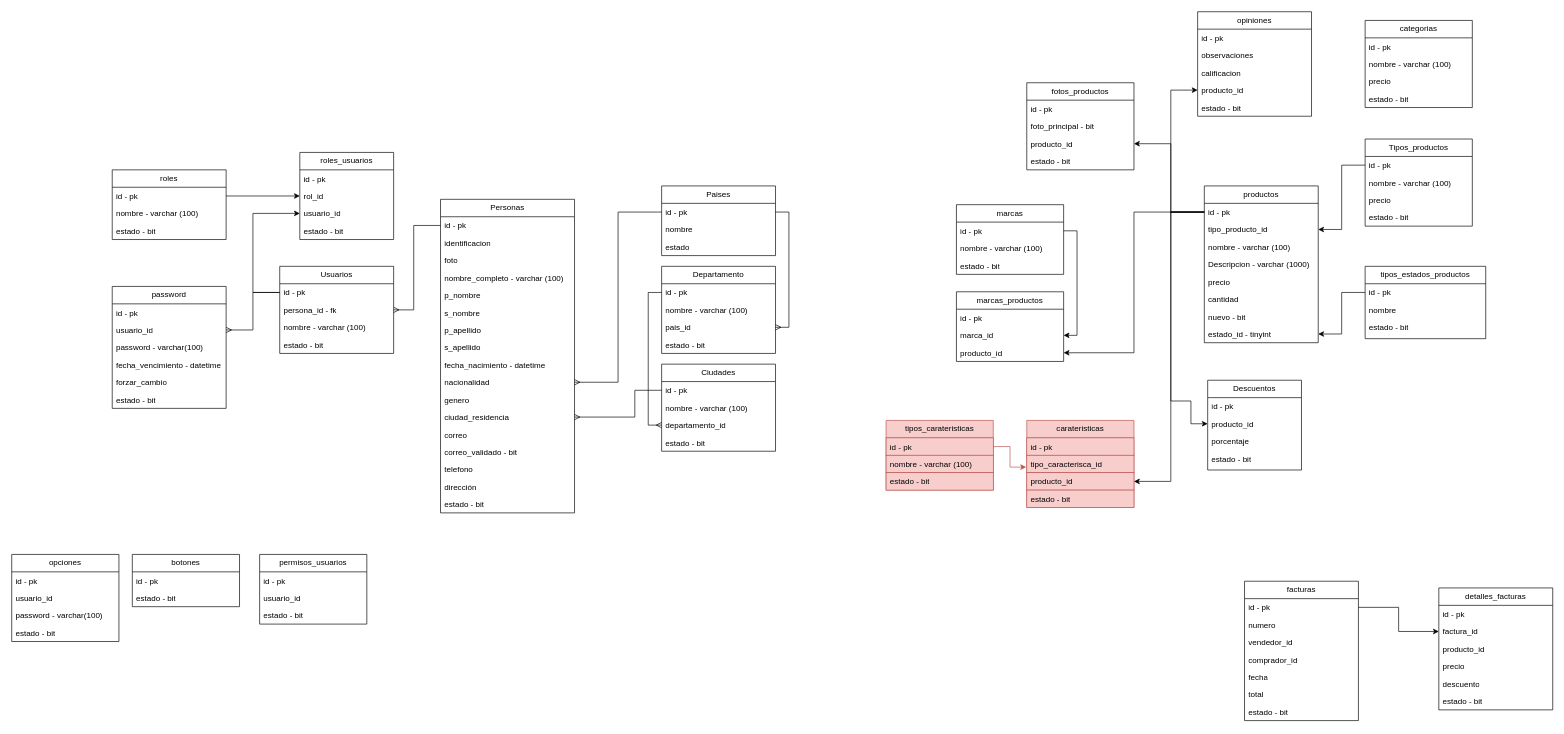
Above: Diagrama sin título.drawio in AustinVM/diagram-project-store (draw.io), before the change. Source tidied: cells renumbered, new cells numbered last; positions are measured from the earlier drawing's top-left corner, leaving out a move shared by most shapes. Both pictures are drawn from the tidied source at 67%, with x=0, y=0 at pixel (11, 11).
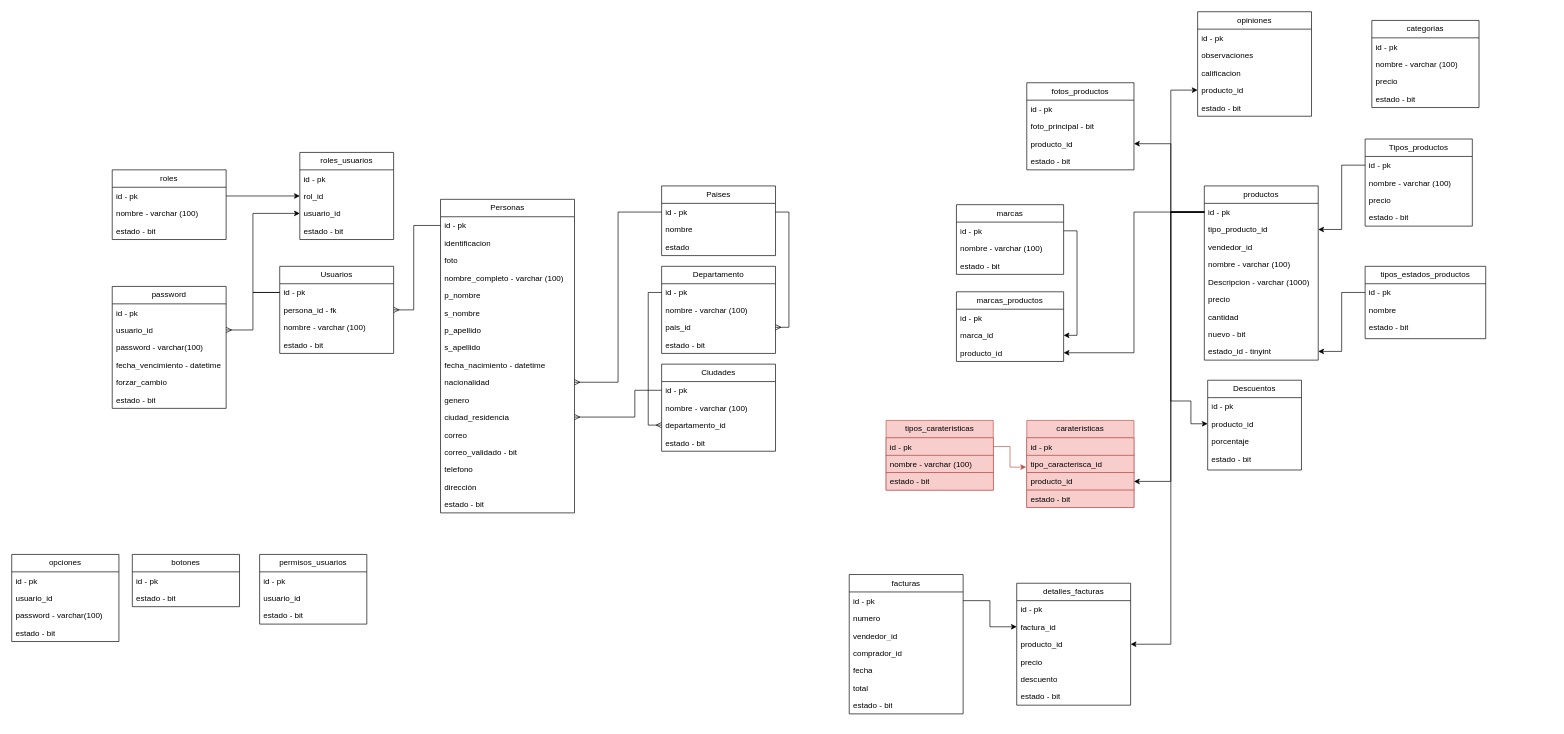
The same page after the edit.

The change refers to these unchanged cells:
```xml
<mxCell id="86" value="id - pk&amp;nbsp;" style="text;strokeColor=none;fillColor=none;align=left;verticalAlign=top;spacingLeft=4;spacingRight=4;overflow=hidden;points=[[0,0.5],[1,0.5]];portConstraint=eastwest;whiteSpace=wrap;html=1;" parent="85" vertex="1">
  <mxGeometry y="26" width="170" height="26" as="geometry" />
</mxCell>
<mxCell id="151" value="producto_id" style="text;strokeColor=none;fillColor=none;align=left;verticalAlign=top;spacingLeft=4;spacingRight=4;overflow=hidden;points=[[0,0.5],[1,0.5]];portConstraint=eastwest;whiteSpace=wrap;html=1;" parent="148" vertex="1">
  <mxGeometry y="78" width="170" height="26" as="geometry" />
</mxCell>
```

Change to the diagram source:
```diff
@@
     <mxCell id="80" value="categorias" style="swimlane;fontStyle=0;horizontal=1;startSize=26;fillColor=none;whiteSpace=wrap;html=1;" parent="1" vertex="1">
-      <mxGeometry x="2020" y="13" width="160" height="130" as="geometry" />
+      <mxGeometry x="2030" y="13" width="160" height="130" as="geometry" />
     </mxCell>
@@
     <mxCell id="85" value="productos" style="swimlane;fontStyle=0;horizontal=1;startSize=26;fillColor=none;whiteSpace=wrap;html=1;" parent="1" vertex="1">
-      <mxGeometry x="1780" y="260" width="170" height="234" as="geometry" />
+      <mxGeometry x="1780" y="260" width="170" height="260" as="geometry" />
     </mxCell>
@@
+    <mxCell id="156" value="vendedor_id" style="text;strokeColor=none;fillColor=none;align=left;verticalAlign=top;spacingLeft=4;spacingRight=4;overflow=hidden;whiteSpace=wrap;html=1;" parent="85" vertex="1">
+      <mxGeometry y="78" width="170" height="26" as="geometry" />
+    </mxCell>
     <mxCell id="88" value="nombre - varchar (100&lt;span style=&quot;background-color: initial;&quot;&gt;)&lt;/span&gt;" style="text;strokeColor=none;fillColor=none;align=left;verticalAlign=top;spacingLeft=4;spacingRight=4;overflow=hidden;whiteSpace=wrap;html=1;" parent="85" vertex="1">
-      <mxGeometry y="78" width="170" height="26" as="geometry" />
+      <mxGeometry y="104" width="170" height="26" as="geometry" />
     </mxCell>
     <mxCell id="89" value="Descripcion - varchar (1000)" style="text;strokeColor=none;fillColor=none;align=left;verticalAlign=top;spacingLeft=4;spacingRight=4;overflow=hidden;whiteSpace=wrap;html=1;" parent="85" vertex="1">
-      <mxGeometry y="104" width="170" height="26" as="geometry" />
+      <mxGeometry y="130" width="170" height="26" as="geometry" />
     </mxCell>
     <mxCell id="90" value="precio" style="text;strokeColor=none;fillColor=none;align=left;verticalAlign=top;spacingLeft=4;spacingRight=4;overflow=hidden;whiteSpace=wrap;html=1;" parent="85" vertex="1">
-      <mxGeometry y="130" width="170" height="26" as="geometry" />
+      <mxGeometry y="156" width="170" height="26" as="geometry" />
     </mxCell>
     <mxCell id="91" value="cantidad" style="text;strokeColor=none;fillColor=none;align=left;verticalAlign=top;spacingLeft=4;spacingRight=4;overflow=hidden;whiteSpace=wrap;html=1;" parent="85" vertex="1">
-      <mxGeometry y="156" width="170" height="26" as="geometry" />
+      <mxGeometry y="182" width="170" height="26" as="geometry" />
     </mxCell>
     <mxCell id="92" value="nuevo - bit" style="text;strokeColor=none;fillColor=none;align=left;verticalAlign=top;spacingLeft=4;spacingRight=4;overflow=hidden;whiteSpace=wrap;html=1;" parent="85" vertex="1">
-      <mxGeometry y="182" width="170" height="26" as="geometry" />
+      <mxGeometry y="208" width="170" height="26" as="geometry" />
     </mxCell>
     <mxCell id="93" value="estado_id - tinyint" style="text;strokeColor=none;fillColor=none;align=left;verticalAlign=top;spacingLeft=4;spacingRight=4;overflow=hidden;points=[[0,0.5],[1,0.5]];portConstraint=eastwest;whiteSpace=wrap;html=1;" parent="85" vertex="1">
-      <mxGeometry y="208" width="170" height="26" as="geometry" />
+      <mxGeometry y="234" width="170" height="26" as="geometry" />
     </mxCell>
@@
     <mxCell id="135" value="facturas" style="swimlane;fontStyle=0;horizontal=1;startSize=26;fillColor=none;whiteSpace=wrap;html=1;" parent="1" vertex="1">
-      <mxGeometry x="1840" y="850" width="170" height="208" as="geometry" />
+      <mxGeometry x="1250" y="840" width="170" height="208" as="geometry" />
     </mxCell>
@@
     <mxCell id="148" value="detalles_facturas" style="swimlane;fontStyle=0;horizontal=1;startSize=26;fillColor=none;whiteSpace=wrap;html=1;" parent="1" vertex="1">
-      <mxGeometry x="2130" y="860" width="170" height="182" as="geometry" />
+      <mxGeometry x="1500" y="853" width="170" height="182" as="geometry" />
     </mxCell>
@@
+    <mxCell id="157" style="edgeStyle=orthogonalEdgeStyle;rounded=0;jettySize=auto;html=1;entryX=1;entryY=0.5;entryDx=0;entryDy=0;" parent="1" edge="1" source="86" target="151">
+      <mxGeometry relative="1" as="geometry">
+        <Array as="points">
+          <mxPoint x="1730" y="299" />
+          <mxPoint x="1730" y="944" />
+        </Array>
+      </mxGeometry>
+    </mxCell>
```
